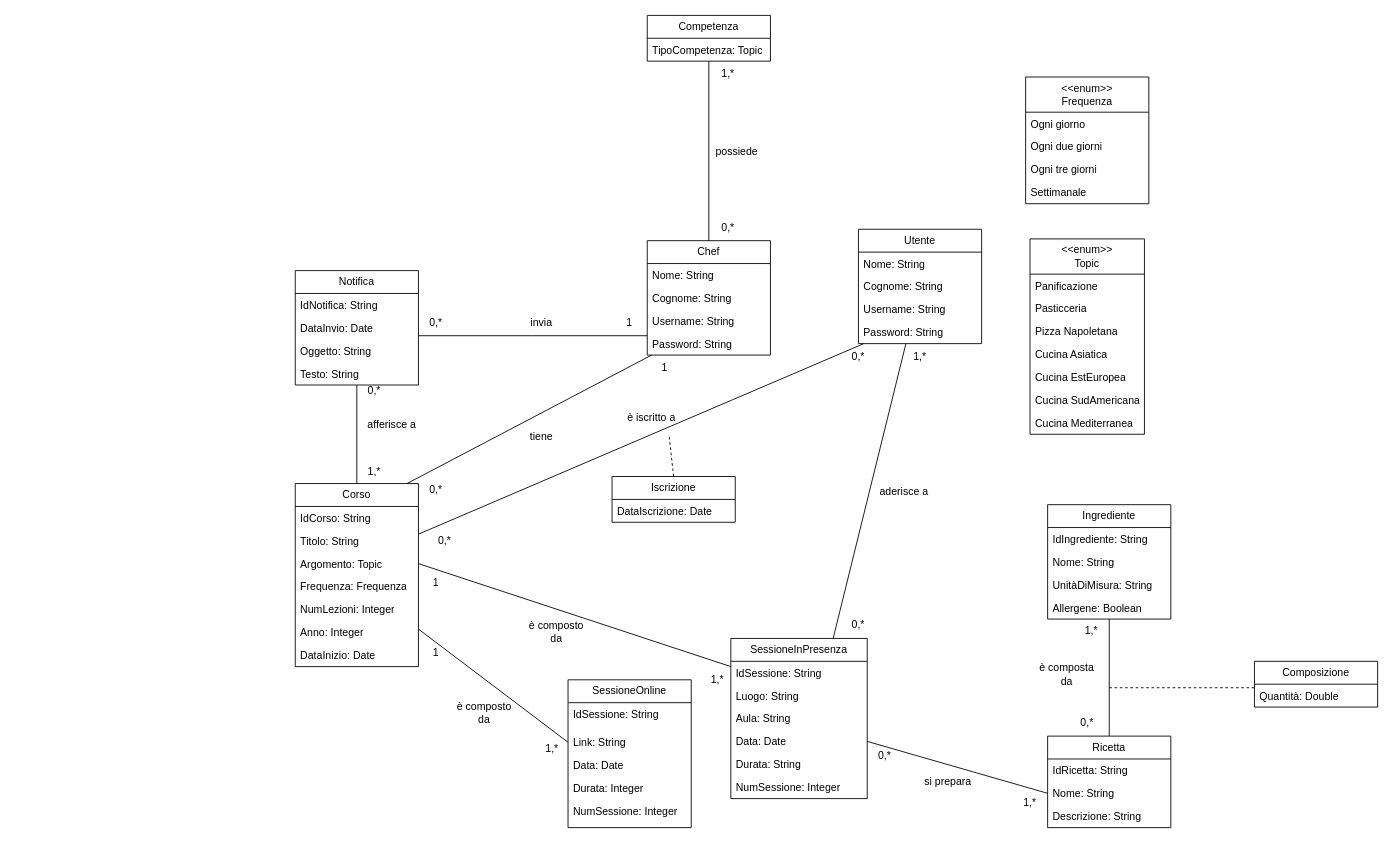
Before: Progetto Basi di Dati/Diagramma UML Ristrutturato/UMLRistrutturato.drawio in xFireFox27/UninaFoodLab, a draw.io diagram. Source tidied: cells renumbered, new cells numbered last; positions are measured from the earlier drawing's top-left corner, leaving out a move shared by most shapes. Both pictures are drawn from the tidied source at 88%, with x=0, y=0 at pixel (295, 15).
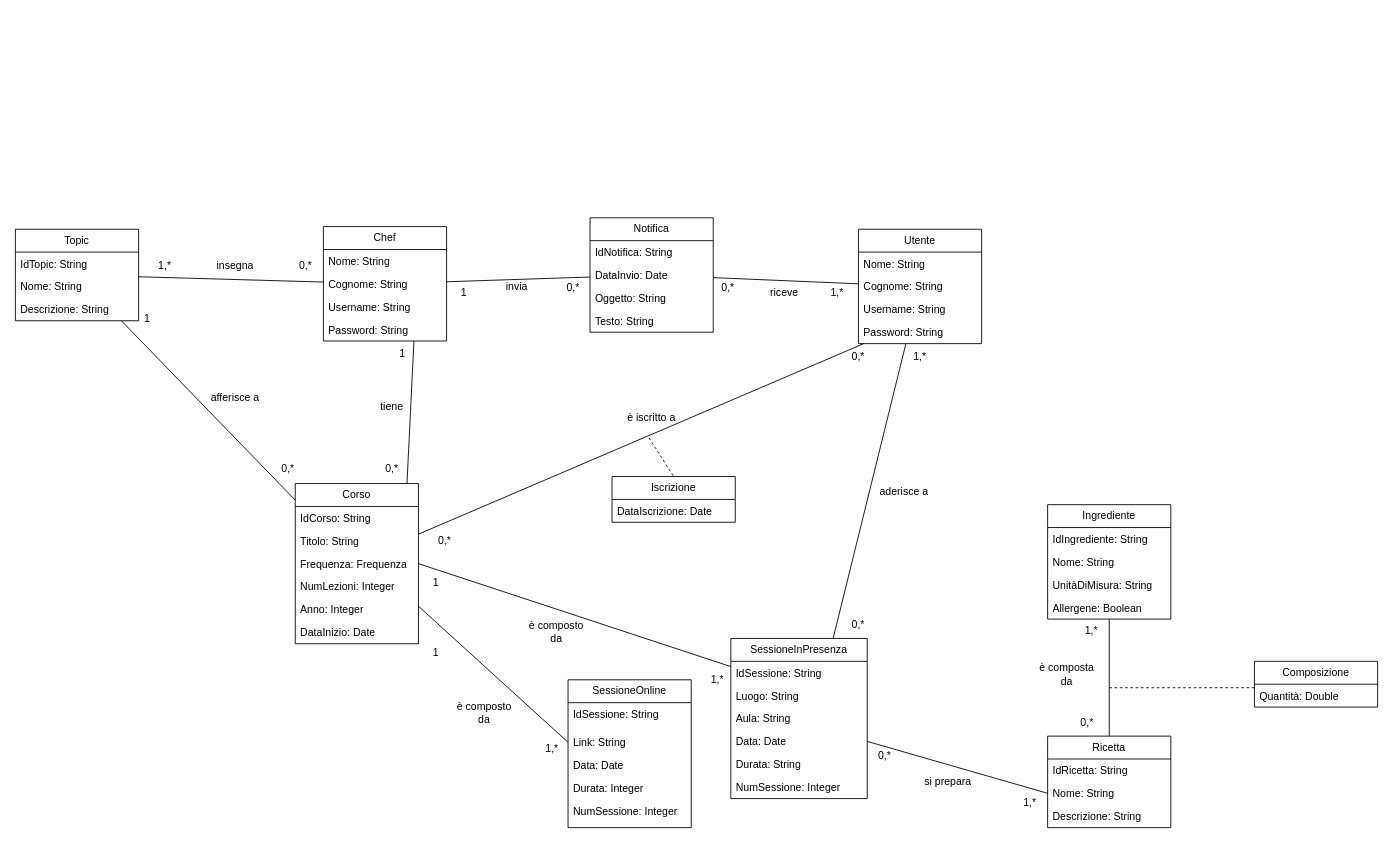
After the change.

The change refers to these unchanged cells:
```xml
<mxCell id="7" value="Cognome: String" style="text;strokeColor=none;fillColor=none;align=left;verticalAlign=top;spacingLeft=4;spacingRight=4;overflow=hidden;points=[[0,0.5],[1,0.5]];portConstraint=eastwest;whiteSpace=wrap;html=1;" parent="5" vertex="1">
  <mxGeometry y="52" width="140" height="26" as="geometry" />
</mxCell>
<mxCell id="9" value="Password: String" style="text;strokeColor=none;fillColor=none;align=left;verticalAlign=top;spacingLeft=4;spacingRight=4;overflow=hidden;points=[[0,0.5],[1,0.5]];portConstraint=eastwest;whiteSpace=wrap;html=1;" parent="5" vertex="1">
  <mxGeometry y="104" width="140" height="26" as="geometry" />
</mxCell>
<mxCell id="12" value="Utente" style="swimlane;fontStyle=0;horizontal=1;startSize=26;fillColor=none;whiteSpace=wrap;html=1;" parent="1" vertex="1">
  <mxGeometry x="640" y="243" width="140" height="130" as="geometry" />
</mxCell>
<mxCell id="64" value="DataInvio: Date" style="text;strokeColor=none;fillColor=none;align=left;verticalAlign=top;spacingLeft=4;spacingRight=4;overflow=hidden;points=[[0,0.5],[1,0.5]];portConstraint=eastwest;whiteSpace=wrap;html=1;" parent="62" vertex="1">
  <mxGeometry y="52" width="140" height="26" as="geometry" />
</mxCell>
<mxCell id="96" value="Iscrizione" style="swimlane;fontStyle=0;horizontal=1;startSize=26;fillColor=none;whiteSpace=wrap;html=1;" parent="1" vertex="1">
  <mxGeometry x="360" y="524" width="140" height="52" as="geometry" />
</mxCell>
<mxCell id="102" value="1,*" style="text;strokeColor=none;align=center;fillColor=none;html=1;verticalAlign=middle;whiteSpace=wrap;rounded=0;" parent="1" vertex="1">
  <mxGeometry x="450" y="740" width="60" height="30" as="geometry" />
</mxCell>
```

Diff of the diagram source:
```diff
@@
-    <mxCell id="2" style="edgeStyle=orthogonalEdgeStyle;rounded=0;jettySize=auto;html=1;endArrow=none;startFill=0;" parent="1" edge="1" source="5" target="62">
-      <mxGeometry relative="1" as="geometry">
-        <Array as="points">
-          <mxPoint x="270" y="364" />
-          <mxPoint x="270" y="364" />
-        </Array>
-      </mxGeometry>
-    </mxCell>
-    <mxCell id="3" style="rounded=0;jettySize=auto;html=1;endArrow=none;startFill=0;entryX=0.907;entryY=0;entryDx=0;entryDy=0;entryPerimeter=0;exitX=0.25;exitY=0;exitDx=0;exitDy=0;" parent="1" edge="1" source="72" target="25">
+    <mxCell id="3" style="rounded=0;jettySize=auto;html=1;endArrow=none;startFill=0;entryX=0.907;entryY=0;entryDx=0;entryDy=0;entryPerimeter=0;exitX=0.735;exitY=1.009;exitDx=0;exitDy=0;exitPerimeter=0;" parent="1" edge="1" source="9" target="25">
       <mxGeometry relative="1" as="geometry" />
     </mxCell>
-    <mxCell id="4" style="rounded=0;jettySize=auto;html=1;entryX=0.5;entryY=1;entryDx=0;entryDy=0;endArrow=none;startFill=0;" parent="1" edge="1" source="5" target="103">
-      <mxGeometry relative="1" as="geometry" />
-    </mxCell>
+    <mxCell id="108" style="rounded=0;jettySize=auto;html=1;endArrow=none;startFill=0;" parent="1" edge="1" source="5" target="115">
+      <mxGeometry relative="1" as="geometry" />
+    </mxCell>
     <mxCell id="5" value="Chef" style="swimlane;fontStyle=0;horizontal=1;startSize=26;fillColor=none;whiteSpace=wrap;html=1;" parent="1" vertex="1">
-      <mxGeometry x="400" y="256" width="140" height="130" as="geometry" />
+      <mxGeometry x="32" y="240" width="140" height="130" as="geometry" />
     </mxCell>
@@
-    <mxCell id="17" value="&amp;lt;&amp;lt;enum&amp;gt;&amp;gt;&lt;div&gt;Topic&lt;/div&gt;" style="swimlane;fontStyle=0;horizontal=1;startSize=40;fillColor=none;whiteSpace=wrap;html=1;" parent="1" vertex="1">
-      <mxGeometry x="835" y="254" width="130" height="222" as="geometry" />
-    </mxCell>
-    <mxCell id="18" value="Panificazione" style="text;strokeColor=none;fillColor=none;align=left;verticalAlign=top;spacingLeft=4;spacingRight=4;overflow=hidden;whiteSpace=wrap;html=1;" parent="17" vertex="1">
-      <mxGeometry y="40" width="130" height="26" as="geometry" />
-    </mxCell>
-    <mxCell id="19" value="Pasticceria" style="text;strokeColor=none;fillColor=none;align=left;verticalAlign=top;spacingLeft=4;spacingRight=4;overflow=hidden;whiteSpace=wrap;html=1;" parent="17" vertex="1">
-      <mxGeometry y="66" width="130" height="26" as="geometry" />
-    </mxCell>
-    <mxCell id="20" value="Pizza Napoletana" style="text;strokeColor=none;fillColor=none;align=left;verticalAlign=top;spacingLeft=4;spacingRight=4;overflow=hidden;whiteSpace=wrap;html=1;" parent="17" vertex="1">
-      <mxGeometry y="92" width="130" height="26" as="geometry" />
-    </mxCell>
-    <mxCell id="21" value="Cucina Asiatica" style="text;strokeColor=none;fillColor=none;align=left;verticalAlign=top;spacingLeft=4;spacingRight=4;overflow=hidden;whiteSpace=wrap;html=1;" parent="17" vertex="1">
-      <mxGeometry y="118" width="130" height="26" as="geometry" />
-    </mxCell>
-    <mxCell id="22" value="Cucina EstEuropea" style="text;strokeColor=none;fillColor=none;align=left;verticalAlign=top;spacingLeft=4;spacingRight=4;overflow=hidden;whiteSpace=wrap;html=1;" parent="17" vertex="1">
-      <mxGeometry y="144" width="130" height="26" as="geometry" />
-    </mxCell>
-    <mxCell id="23" value="Cucina SudAmericana" style="text;strokeColor=none;fillColor=none;align=left;verticalAlign=top;spacingLeft=4;spacingRight=4;overflow=hidden;whiteSpace=wrap;html=1;" parent="17" vertex="1">
-      <mxGeometry y="170" width="130" height="26" as="geometry" />
-    </mxCell>
-    <mxCell id="24" value="Cucina Mediterranea" style="text;strokeColor=none;fillColor=none;align=left;verticalAlign=top;spacingLeft=4;spacingRight=4;overflow=hidden;whiteSpace=wrap;html=1;" parent="17" vertex="1">
-      <mxGeometry y="196" width="130" height="26" as="geometry" />
-    </mxCell>
     <mxCell id="25" value="Corso" style="swimlane;fontStyle=0;horizontal=1;startSize=26;fillColor=none;whiteSpace=wrap;html=1;" parent="1" vertex="1">
-      <mxGeometry y="532" width="140" height="208" as="geometry" />
+      <mxGeometry y="532" width="140" height="182" as="geometry" />
     </mxCell>
@@
-    <mxCell id="28" value="Argomento: Topic" style="text;strokeColor=none;fillColor=none;align=left;verticalAlign=top;spacingLeft=4;spacingRight=4;overflow=hidden;points=[[0,0.5],[1,0.5]];portConstraint=eastwest;whiteSpace=wrap;html=1;" parent="25" vertex="1">
-      <mxGeometry y="78" width="140" height="26" as="geometry" />
-    </mxCell>
     <mxCell id="29" value="Frequenza: Frequenza" style="text;strokeColor=none;fillColor=none;align=left;verticalAlign=top;spacingLeft=4;spacingRight=4;overflow=hidden;whiteSpace=wrap;html=1;" parent="25" vertex="1">
-      <mxGeometry y="104" width="140" height="26" as="geometry" />
+      <mxGeometry y="78" width="140" height="26" as="geometry" />
     </mxCell>
     <mxCell id="30" value="NumLezioni: Integer" style="text;strokeColor=none;fillColor=none;align=left;verticalAlign=top;spacingLeft=4;spacingRight=4;overflow=hidden;whiteSpace=wrap;html=1;" parent="25" vertex="1">
-      <mxGeometry y="130" width="140" height="26" as="geometry" />
+      <mxGeometry y="104" width="140" height="26" as="geometry" />
     </mxCell>
     <mxCell id="31" value="Anno: Integer" style="text;strokeColor=none;fillColor=none;align=left;verticalAlign=top;spacingLeft=4;spacingRight=4;overflow=hidden;points=[[0,0.5],[1,0.5]];portConstraint=eastwest;whiteSpace=wrap;html=1;" parent="25" vertex="1">
-      <mxGeometry y="156" width="140" height="26" as="geometry" />
+      <mxGeometry y="130" width="140" height="26" as="geometry" />
     </mxCell>
     <mxCell id="32" value="DataInizio: Date" style="text;strokeColor=none;fillColor=none;align=left;verticalAlign=top;spacingLeft=4;spacingRight=4;overflow=hidden;whiteSpace=wrap;html=1;" parent="25" vertex="1">
-      <mxGeometry y="182" width="140" height="26" as="geometry" />
+      <mxGeometry y="156" width="140" height="26" as="geometry" />
     </mxCell>
-    <mxCell id="33" value="&amp;lt;&amp;lt;enum&amp;gt;&amp;gt;&lt;div&gt;Frequenza&lt;/div&gt;" style="swimlane;fontStyle=0;horizontal=1;startSize=40;fillColor=none;whiteSpace=wrap;html=1;" parent="1" vertex="1">
-      <mxGeometry x="830" y="70" width="140" height="144" as="geometry" />
-    </mxCell>
-    <mxCell id="34" value="&lt;font style=&quot;color: rgb(0, 0, 0);&quot;&gt;Ogni giorno&lt;/font&gt;" style="text;strokeColor=none;fillColor=none;align=left;verticalAlign=top;spacingLeft=4;spacingRight=4;overflow=hidden;whiteSpace=wrap;html=1;" parent="33" vertex="1">
-      <mxGeometry y="40" width="140" height="26" as="geometry" />
-    </mxCell>
-    <mxCell id="35" value="Ogni due giorni" style="text;strokeColor=none;fillColor=none;align=left;verticalAlign=top;spacingLeft=4;spacingRight=4;overflow=hidden;whiteSpace=wrap;html=1;" parent="33" vertex="1">
-      <mxGeometry y="66" width="140" height="26" as="geometry" />
-    </mxCell>
-    <mxCell id="36" value="Ogni tre giorni" style="text;strokeColor=none;fillColor=none;align=left;verticalAlign=top;spacingLeft=4;spacingRight=4;overflow=hidden;whiteSpace=wrap;html=1;" parent="33" vertex="1">
-      <mxGeometry y="92" width="140" height="26" as="geometry" />
-    </mxCell>
-    <mxCell id="37" value="Settimanale" style="text;strokeColor=none;fillColor=none;align=left;verticalAlign=top;spacingLeft=4;spacingRight=4;overflow=hidden;whiteSpace=wrap;html=1;" parent="33" vertex="1">
-      <mxGeometry y="118" width="140" height="26" as="geometry" />
-    </mxCell>
@@
-    <mxCell id="61" style="edgeStyle=orthogonalEdgeStyle;rounded=0;jettySize=auto;html=1;entryX=0.5;entryY=0;entryDx=0;entryDy=0;endArrow=none;startFill=0;" parent="1" edge="1" source="62" target="25">
-      <mxGeometry relative="1" as="geometry" />
-    </mxCell>
     <mxCell id="62" value="Notifica" style="swimlane;fontStyle=0;horizontal=1;startSize=26;fillColor=none;whiteSpace=wrap;html=1;" parent="1" vertex="1">
-      <mxGeometry y="290" width="140" height="130" as="geometry" />
+      <mxGeometry x="335" y="230" width="140" height="130" as="geometry" />
     </mxCell>
@@
     <mxCell id="67" value="invia" style="text;strokeColor=none;align=center;fillColor=none;html=1;verticalAlign=middle;whiteSpace=wrap;rounded=0;" parent="1" vertex="1">
-      <mxGeometry x="250" y="334" width="60" height="30" as="geometry" />
+      <mxGeometry x="222" y="293" width="60" height="30" as="geometry" />
     </mxCell>
     <mxCell id="68" value="0,*" style="text;strokeColor=none;align=center;fillColor=none;html=1;verticalAlign=middle;whiteSpace=wrap;rounded=0;" parent="1" vertex="1">
-      <mxGeometry x="130" y="334" width="60" height="30" as="geometry" />
+      <mxGeometry x="300" y="300" width="32" height="20" as="geometry" />
     </mxCell>
     <mxCell id="69" value="1" style="text;strokeColor=none;align=center;fillColor=none;html=1;verticalAlign=middle;whiteSpace=wrap;rounded=0;" parent="1" vertex="1">
-      <mxGeometry x="350" y="334" width="60" height="30" as="geometry" />
+      <mxGeometry x="162" y="300" width="60" height="30" as="geometry" />
     </mxCell>
     <mxCell id="70" value="tiene" style="text;strokeColor=none;align=center;fillColor=none;html=1;verticalAlign=middle;whiteSpace=wrap;rounded=0;" parent="1" vertex="1">
-      <mxGeometry x="250" y="464" width="60" height="30" as="geometry" />
+      <mxGeometry x="80" y="430" width="60" height="30" as="geometry" />
     </mxCell>
     <mxCell id="71" value="0,*" style="text;strokeColor=none;align=center;fillColor=none;html=1;verticalAlign=middle;whiteSpace=wrap;rounded=0;" parent="1" vertex="1">
-      <mxGeometry x="130" y="524" width="60" height="30" as="geometry" />
+      <mxGeometry x="80" y="500" width="60" height="30" as="geometry" />
     </mxCell>
     <mxCell id="72" value="1" style="text;strokeColor=none;align=center;fillColor=none;html=1;verticalAlign=middle;whiteSpace=wrap;rounded=0;" parent="1" vertex="1">
-      <mxGeometry x="390" y="386" width="60" height="30" as="geometry" />
+      <mxGeometry x="92" y="370" width="60" height="30" as="geometry" />
     </mxCell>
-    <mxCell id="73" value="afferisce a" style="text;strokeColor=none;align=center;fillColor=none;html=1;verticalAlign=middle;whiteSpace=wrap;rounded=0;" parent="1" vertex="1">
-      <mxGeometry x="80" y="450" width="60" height="30" as="geometry" />
-    </mxCell>
-    <mxCell id="74" value="1,*" style="text;strokeColor=none;align=center;fillColor=none;html=1;verticalAlign=middle;whiteSpace=wrap;rounded=0;" parent="1" vertex="1">
-      <mxGeometry x="60" y="504" width="60" height="30" as="geometry" />
-    </mxCell>
-    <mxCell id="75" value="0,*" style="text;strokeColor=none;align=center;fillColor=none;html=1;verticalAlign=middle;whiteSpace=wrap;rounded=0;" parent="1" vertex="1">
-      <mxGeometry x="60" y="412" width="60" height="30" as="geometry" />
-    </mxCell>
@@
     <mxCell id="98" style="endArrow=none;dashed=1;html=1;rounded=0;entryX=0.5;entryY=0;entryDx=0;entryDy=0;" parent="1" edge="1" target="96">
       <mxGeometry relative="1" as="geometry">
-        <mxPoint x="425" y="479" as="sourcePoint" />
+        <mxPoint x="402" y="480" as="sourcePoint" />
       </mxGeometry>
     </mxCell>
-    <mxCell id="99" style="rounded=0;jettySize=auto;html=1;exitX=1;exitY=0.5;exitDx=0;exitDy=0;endArrow=none;startFill=0;entryX=0.75;entryY=0;entryDx=0;entryDy=0;" parent="1" edge="1" source="28" target="102">
-      <mxGeometry relative="1" as="geometry" />
+    <mxCell id="99" style="rounded=0;jettySize=auto;html=1;exitX=1;exitY=0.5;exitDx=0;exitDy=0;endArrow=none;startFill=0;entryX=0.75;entryY=0;entryDx=0;entryDy=0;" parent="1" edge="1" target="102">
+      <mxGeometry relative="1" as="geometry">
+        <mxPoint x="140" y="623" as="sourcePoint" />
+      </mxGeometry>
     </mxCell>
@@
-    <mxCell id="103" value="Competenza" style="swimlane;fontStyle=0;horizontal=1;startSize=26;fillColor=none;whiteSpace=wrap;html=1;" parent="1" vertex="1">
-      <mxGeometry x="400" width="140" height="52" as="geometry" />
-    </mxCell>
-    <mxCell id="104" value="TipoCompetenza: Topic" style="text;strokeColor=none;fillColor=none;align=left;verticalAlign=top;spacingLeft=4;spacingRight=4;overflow=hidden;whiteSpace=wrap;html=1;" parent="103" vertex="1">
-      <mxGeometry y="26" width="140" height="26" as="geometry" />
-    </mxCell>
-    <mxCell id="105" value="possiede" style="text;strokeColor=none;align=center;fillColor=none;html=1;verticalAlign=middle;whiteSpace=wrap;rounded=0;" parent="1" vertex="1">
-      <mxGeometry x="472" y="140" width="60" height="30" as="geometry" />
-    </mxCell>
-    <mxCell id="106" value="1,*" style="text;strokeColor=none;align=center;fillColor=none;html=1;verticalAlign=middle;whiteSpace=wrap;rounded=0;" parent="1" vertex="1">
-      <mxGeometry x="462" y="52" width="60" height="30" as="geometry" />
-    </mxCell>
-    <mxCell id="107" value="0,*" style="text;strokeColor=none;align=center;fillColor=none;html=1;verticalAlign=middle;whiteSpace=wrap;rounded=0;" parent="1" vertex="1">
-      <mxGeometry x="462" y="226" width="60" height="30" as="geometry" />
-    </mxCell>
+    <mxCell id="109" style="rounded=0;jettySize=auto;html=1;endArrow=none;startFill=0;" parent="1" edge="1" source="7" target="62">
+      <mxGeometry relative="1" as="geometry" />
+    </mxCell>
+    <mxCell id="110" style="rounded=0;jettySize=auto;html=1;endArrow=none;startFill=0;" parent="1" edge="1" source="64" target="12">
+      <mxGeometry relative="1" as="geometry" />
+    </mxCell>
+    <mxCell id="111" value="riceve" style="text;strokeColor=none;align=center;fillColor=none;html=1;verticalAlign=middle;whiteSpace=wrap;rounded=0;" parent="1" vertex="1">
+      <mxGeometry x="526" y="300" width="60" height="30" as="geometry" />
+    </mxCell>
+    <mxCell id="112" value="0,*" style="text;strokeColor=none;align=center;fillColor=none;html=1;verticalAlign=middle;whiteSpace=wrap;rounded=0;" parent="1" vertex="1">
+      <mxGeometry x="462" y="295" width="60" height="30" as="geometry" />
+    </mxCell>
+    <mxCell id="113" value="1,*" style="text;strokeColor=none;align=center;fillColor=none;html=1;verticalAlign=middle;whiteSpace=wrap;rounded=0;" parent="1" vertex="1">
+      <mxGeometry x="586" y="300" width="60" height="30" as="geometry" />
+    </mxCell>
+    <mxCell id="114" style="rounded=0;jettySize=auto;html=1;endArrow=none;startFill=0;" parent="1" edge="1" source="115" target="25">
+      <mxGeometry relative="1" as="geometry" />
+    </mxCell>
+    <mxCell id="115" value="Topic" style="swimlane;fontStyle=0;horizontal=1;startSize=26;fillColor=none;whiteSpace=wrap;html=1;" parent="1" vertex="1">
+      <mxGeometry x="-318" y="243" width="140" height="104" as="geometry" />
+    </mxCell>
+    <mxCell id="116" value="IdTopic: String" style="text;strokeColor=none;fillColor=none;align=left;verticalAlign=top;spacingLeft=4;spacingRight=4;overflow=hidden;whiteSpace=wrap;html=1;" parent="115" vertex="1">
+      <mxGeometry y="26" width="140" height="26" as="geometry" />
+    </mxCell>
+    <mxCell id="117" value="Nome: String" style="text;strokeColor=none;fillColor=none;align=left;verticalAlign=top;spacingLeft=4;spacingRight=4;overflow=hidden;whiteSpace=wrap;html=1;" parent="115" vertex="1">
+      <mxGeometry y="52" width="140" height="26" as="geometry" />
+    </mxCell>
+    <mxCell id="118" value="Descrizione: String" style="text;strokeColor=none;fillColor=none;align=left;verticalAlign=top;spacingLeft=4;spacingRight=4;overflow=hidden;whiteSpace=wrap;html=1;" parent="115" vertex="1">
+      <mxGeometry y="78" width="140" height="26" as="geometry" />
+    </mxCell>
+    <mxCell id="73" value="afferisce a" style="text;strokeColor=none;align=center;fillColor=none;html=1;verticalAlign=middle;whiteSpace=wrap;rounded=0;" parent="1" vertex="1">
+      <mxGeometry x="-98" y="420" width="60" height="30" as="geometry" />
+    </mxCell>
+    <mxCell id="119" value="insegna" style="text;strokeColor=none;align=center;fillColor=none;html=1;verticalAlign=middle;whiteSpace=wrap;rounded=0;" parent="1" vertex="1">
+      <mxGeometry x="-98" y="270" width="60" height="30" as="geometry" />
+    </mxCell>
+    <mxCell id="120" value="1,*" style="text;strokeColor=none;align=center;fillColor=none;html=1;verticalAlign=middle;whiteSpace=wrap;rounded=0;" parent="1" vertex="1">
+      <mxGeometry x="-178" y="270" width="60" height="30" as="geometry" />
+    </mxCell>
+    <mxCell id="121" value="0,*" style="text;strokeColor=none;align=center;fillColor=none;html=1;verticalAlign=middle;whiteSpace=wrap;rounded=0;" parent="1" vertex="1">
+      <mxGeometry x="-18" y="270" width="60" height="30" as="geometry" />
+    </mxCell>
+    <mxCell id="122" value="1" style="text;strokeColor=none;align=center;fillColor=none;html=1;verticalAlign=middle;whiteSpace=wrap;rounded=0;" parent="1" vertex="1">
+      <mxGeometry x="-198" y="330" width="60" height="30" as="geometry" />
+    </mxCell>
+    <mxCell id="123" value="0,*" style="text;strokeColor=none;align=center;fillColor=none;html=1;verticalAlign=middle;whiteSpace=wrap;rounded=0;" parent="1" vertex="1">
+      <mxGeometry x="-38" y="500" width="60" height="30" as="geometry" />
+    </mxCell>
```
